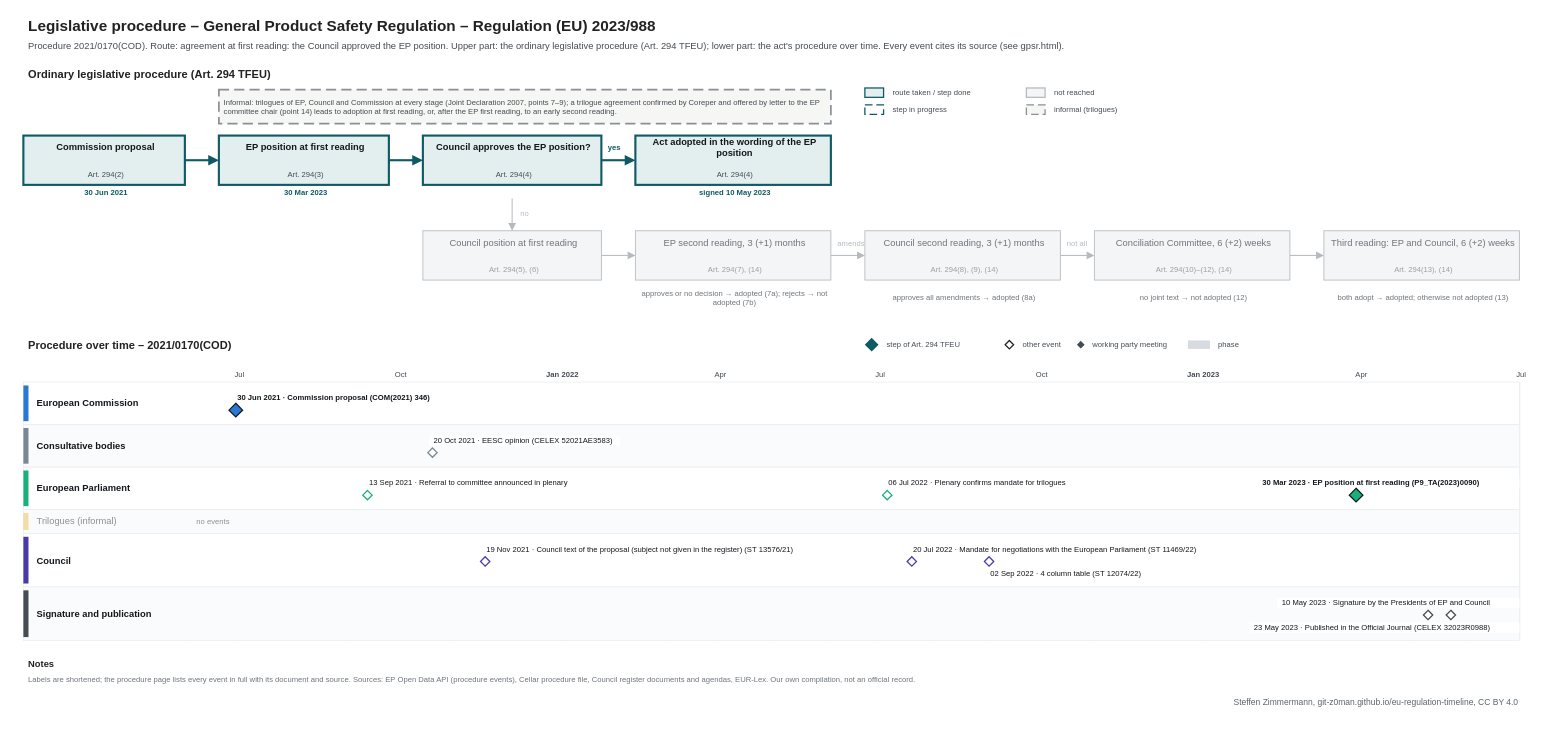
Before: procedures/gpsr.drawio in git-z0man/eu-regulation-timeline, a draw.io diagram. Source tidied: cells renumbered, new cells numbered last; positions are measured from the earlier drawing's top-left corner, leaving out a move shared by most shapes. Both pictures are drawn from the tidied source at 85%, with x=0, y=0 at pixel (14, 14).
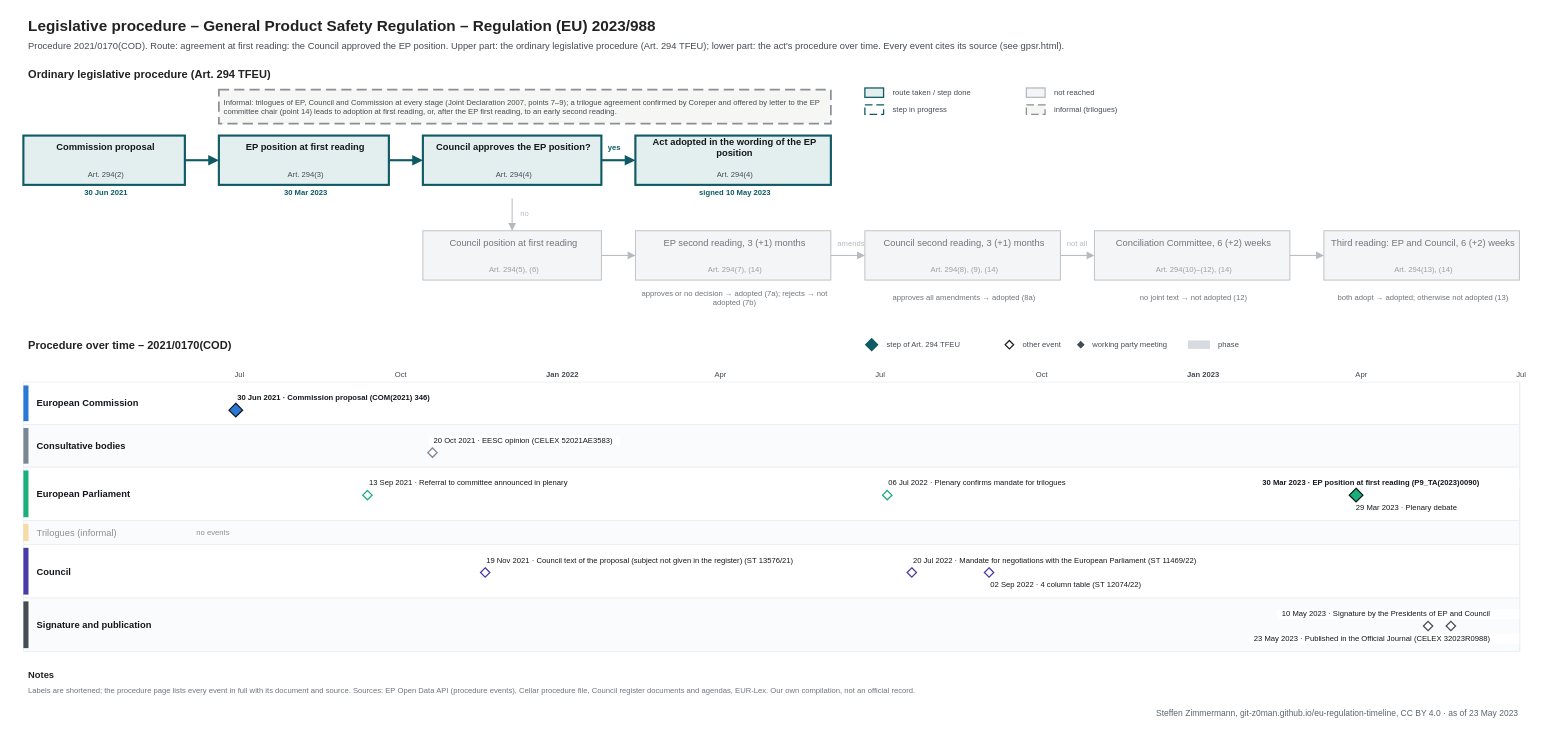
The same page after the edit.

The edit, as a diff of the source:
```diff
@@
     <mxCell id="70" style="line;html=1;strokeWidth=1;strokeColor=#e3e6e9;direction=south;" parent="1" vertex="1">
-      <mxGeometry x="200" y="432" width="1" height="304" as="geometry" />
+      <mxGeometry x="200" y="432" width="1" height="317" as="geometry" />
     </mxCell>
     <mxCell id="71" style="line;html=1;strokeWidth=1;strokeColor=#e3e6e9;direction=south;" parent="1" vertex="1">
-      <mxGeometry x="262" y="432" width="1" height="304" as="geometry" />
+      <mxGeometry x="262" y="432" width="1" height="317" as="geometry" />
     </mxCell>
@@
     <mxCell id="73" style="line;html=1;strokeWidth=1;strokeColor=#e3e6e9;direction=south;" parent="1" vertex="1">
-      <mxGeometry x="326" y="432" width="1" height="304" as="geometry" />
+      <mxGeometry x="326" y="432" width="1" height="317" as="geometry" />
     </mxCell>
     <mxCell id="74" style="line;html=1;strokeWidth=1;strokeColor=#e3e6e9;direction=south;" parent="1" vertex="1">
-      <mxGeometry x="390.1" y="432" width="1" height="304" as="geometry" />
+      <mxGeometry x="390.1" y="432" width="1" height="317" as="geometry" />
     </mxCell>
     <mxCell id="75" style="line;html=1;strokeWidth=1;strokeColor=#e3e6e9;direction=south;" parent="1" vertex="1">
-      <mxGeometry x="452" y="432" width="1" height="304" as="geometry" />
+      <mxGeometry x="452" y="432" width="1" height="317" as="geometry" />
     </mxCell>
@@
     <mxCell id="77" style="line;html=1;strokeWidth=1;strokeColor=#e3e6e9;direction=south;" parent="1" vertex="1">
-      <mxGeometry x="516.1" y="432" width="1" height="304" as="geometry" />
+      <mxGeometry x="516.1" y="432" width="1" height="317" as="geometry" />
     </mxCell>
     <mxCell id="78" style="line;html=1;strokeWidth=1;strokeColor=#e3e6e9;direction=south;" parent="1" vertex="1">
-      <mxGeometry x="578" y="432" width="1" height="304" as="geometry" />
+      <mxGeometry x="578" y="432" width="1" height="317" as="geometry" />
     </mxCell>
     <mxCell id="79" style="line;html=1;strokeWidth=1;strokeColor=#b5bac0;direction=south;" parent="1" vertex="1">
-      <mxGeometry x="642.1" y="432" width="1" height="304" as="geometry" />
+      <mxGeometry x="642.1" y="432" width="1" height="317" as="geometry" />
     </mxCell>
@@
     <mxCell id="81" style="line;html=1;strokeWidth=1;strokeColor=#e3e6e9;direction=south;" parent="1" vertex="1">
-      <mxGeometry x="706.1" y="432" width="1" height="304" as="geometry" />
+      <mxGeometry x="706.1" y="432" width="1" height="317" as="geometry" />
     </mxCell>
     <mxCell id="82" style="line;html=1;strokeWidth=1;strokeColor=#e3e6e9;direction=south;" parent="1" vertex="1">
-      <mxGeometry x="764" y="432" width="1" height="304" as="geometry" />
+      <mxGeometry x="764" y="432" width="1" height="317" as="geometry" />
     </mxCell>
     <mxCell id="83" style="line;html=1;strokeWidth=1;strokeColor=#e3e6e9;direction=south;" parent="1" vertex="1">
-      <mxGeometry x="828" y="432" width="1" height="304" as="geometry" />
+      <mxGeometry x="828" y="432" width="1" height="317" as="geometry" />
     </mxCell>
@@
     <mxCell id="85" style="line;html=1;strokeWidth=1;strokeColor=#e3e6e9;direction=south;" parent="1" vertex="1">
-      <mxGeometry x="890" y="432" width="1" height="304" as="geometry" />
+      <mxGeometry x="890" y="432" width="1" height="317" as="geometry" />
     </mxCell>
     <mxCell id="86" style="line;html=1;strokeWidth=1;strokeColor=#e3e6e9;direction=south;" parent="1" vertex="1">
-      <mxGeometry x="954" y="432" width="1" height="304" as="geometry" />
+      <mxGeometry x="954" y="432" width="1" height="317" as="geometry" />
     </mxCell>
     <mxCell id="87" style="line;html=1;strokeWidth=1;strokeColor=#e3e6e9;direction=south;" parent="1" vertex="1">
-      <mxGeometry x="1016" y="432" width="1" height="304" as="geometry" />
+      <mxGeometry x="1016" y="432" width="1" height="317" as="geometry" />
     </mxCell>
@@
     <mxCell id="89" style="line;html=1;strokeWidth=1;strokeColor=#e3e6e9;direction=south;" parent="1" vertex="1">
-      <mxGeometry x="1080" y="432" width="1" height="304" as="geometry" />
+      <mxGeometry x="1080" y="432" width="1" height="317" as="geometry" />
     </mxCell>
     <mxCell id="90" style="line;html=1;strokeWidth=1;strokeColor=#e3e6e9;direction=south;" parent="1" vertex="1">
-      <mxGeometry x="1144.1" y="432" width="1" height="304" as="geometry" />
+      <mxGeometry x="1144.1" y="432" width="1" height="317" as="geometry" />
     </mxCell>
     <mxCell id="91" style="line;html=1;strokeWidth=1;strokeColor=#e3e6e9;direction=south;" parent="1" vertex="1">
-      <mxGeometry x="1206" y="432" width="1" height="304" as="geometry" />
+      <mxGeometry x="1206" y="432" width="1" height="317" as="geometry" />
     </mxCell>
@@
     <mxCell id="93" style="line;html=1;strokeWidth=1;strokeColor=#e3e6e9;direction=south;" parent="1" vertex="1">
-      <mxGeometry x="1270.1" y="432" width="1" height="304" as="geometry" />
+      <mxGeometry x="1270.1" y="432" width="1" height="317" as="geometry" />
     </mxCell>
     <mxCell id="94" style="line;html=1;strokeWidth=1;strokeColor=#e3e6e9;direction=south;" parent="1" vertex="1">
-      <mxGeometry x="1332.1" y="432" width="1" height="304" as="geometry" />
+      <mxGeometry x="1332.1" y="432" width="1" height="317" as="geometry" />
     </mxCell>
     <mxCell id="95" style="line;html=1;strokeWidth=1;strokeColor=#b5bac0;direction=south;" parent="1" vertex="1">
-      <mxGeometry x="1396.1" y="432" width="1" height="304" as="geometry" />
+      <mxGeometry x="1396.1" y="432" width="1" height="317" as="geometry" />
     </mxCell>
@@
     <mxCell id="97" style="line;html=1;strokeWidth=1;strokeColor=#e3e6e9;direction=south;" parent="1" vertex="1">
-      <mxGeometry x="1460.1" y="432" width="1" height="304" as="geometry" />
+      <mxGeometry x="1460.1" y="432" width="1" height="317" as="geometry" />
     </mxCell>
     <mxCell id="98" style="line;html=1;strokeWidth=1;strokeColor=#e3e6e9;direction=south;" parent="1" vertex="1">
-      <mxGeometry x="1518" y="432" width="1" height="304" as="geometry" />
+      <mxGeometry x="1518" y="432" width="1" height="317" as="geometry" />
     </mxCell>
     <mxCell id="99" style="line;html=1;strokeWidth=1;strokeColor=#e3e6e9;direction=south;" parent="1" vertex="1">
-      <mxGeometry x="1582" y="432" width="1" height="304" as="geometry" />
+      <mxGeometry x="1582" y="432" width="1" height="317" as="geometry" />
     </mxCell>
@@
     <mxCell id="101" style="line;html=1;strokeWidth=1;strokeColor=#e3e6e9;direction=south;" parent="1" vertex="1">
-      <mxGeometry x="1644" y="432" width="1" height="304" as="geometry" />
+      <mxGeometry x="1644" y="432" width="1" height="317" as="geometry" />
     </mxCell>
     <mxCell id="102" style="line;html=1;strokeWidth=1;strokeColor=#e3e6e9;direction=south;" parent="1" vertex="1">
-      <mxGeometry x="1708" y="432" width="1" height="304" as="geometry" />
+      <mxGeometry x="1708" y="432" width="1" height="317" as="geometry" />
     </mxCell>
     <mxCell id="103" style="line;html=1;strokeWidth=1;strokeColor=#e3e6e9;direction=south;" parent="1" vertex="1">
-      <mxGeometry x="1770" y="432" width="1" height="304" as="geometry" />
+      <mxGeometry x="1770" y="432" width="1" height="317" as="geometry" />
     </mxCell>
@@
     <mxCell id="111" style="rounded=0;arcSize=50;fillColor=#ffffff;strokeColor=#eceef0;" parent="1" vertex="1">
-      <mxGeometry x="10" y="532" width="1760" height="50" as="geometry" />
+      <mxGeometry x="10" y="532" width="1760" height="63" as="geometry" />
     </mxCell>
     <mxCell id="112" style="rounded=0;arcSize=50;fillColor=#1baf7a;strokeColor=none;" parent="1" vertex="1">
-      <mxGeometry x="10" y="536" width="6" height="42" as="geometry" />
+      <mxGeometry x="10" y="536" width="6" height="55" as="geometry" />
     </mxCell>
     <mxCell id="113" value="European Parliament" style="text;html=1;fontSize=11;fontColor=#14181c;align=left;verticalAlign=middle;spacingLeft=4;fontStyle=1;whiteSpace=wrap;" parent="1" vertex="1">
-      <mxGeometry x="20" y="532" width="174" height="50" as="geometry" />
+      <mxGeometry x="20" y="532" width="174" height="63" as="geometry" />
     </mxCell>
     <mxCell id="114" style="rounded=0;arcSize=50;fillColor=#fafbfc;strokeColor=#eceef0;" parent="1" vertex="1">
-      <mxGeometry x="10" y="582" width="1760" height="28" as="geometry" />
+      <mxGeometry x="10" y="595" width="1760" height="28" as="geometry" />
     </mxCell>
     <mxCell id="115" style="rounded=0;arcSize=50;fillColor=#eda100;strokeColor=none;opacity=35;" parent="1" vertex="1">
-      <mxGeometry x="10" y="586" width="6" height="20" as="geometry" />
+      <mxGeometry x="10" y="599" width="6" height="20" as="geometry" />
     </mxCell>
     <mxCell id="116" value="Trilogues (informal)" style="text;html=1;fontSize=11;fontColor=#8a9097;align=left;verticalAlign=middle;spacingLeft=4;whiteSpace=wrap;" parent="1" vertex="1">
-      <mxGeometry x="20" y="582" width="174" height="28" as="geometry" />
+      <mxGeometry x="20" y="595" width="174" height="28" as="geometry" />
     </mxCell>
     <mxCell id="117" value="no events" style="text;html=1;fontSize=9;fontColor=#8a9097;align=left;verticalAlign=middle;spacingLeft=4;" parent="1" vertex="1">
-      <mxGeometry x="208" y="582" width="300" height="28" as="geometry" />
+      <mxGeometry x="208" y="595" width="300" height="28" as="geometry" />
     </mxCell>
     <mxCell id="118" style="rounded=0;arcSize=50;fillColor=#ffffff;strokeColor=#eceef0;" parent="1" vertex="1">
-      <mxGeometry x="10" y="610" width="1760" height="63" as="geometry" />
+      <mxGeometry x="10" y="623" width="1760" height="63" as="geometry" />
     </mxCell>
     <mxCell id="119" style="rounded=0;arcSize=50;fillColor=#4a3aa7;strokeColor=none;" parent="1" vertex="1">
-      <mxGeometry x="10" y="614" width="6" height="55" as="geometry" />
+      <mxGeometry x="10" y="627" width="6" height="55" as="geometry" />
     </mxCell>
     <mxCell id="120" value="Council" style="text;html=1;fontSize=11;fontColor=#14181c;align=left;verticalAlign=middle;spacingLeft=4;fontStyle=1;whiteSpace=wrap;" parent="1" vertex="1">
-      <mxGeometry x="20" y="610" width="174" height="63" as="geometry" />
+      <mxGeometry x="20" y="623" width="174" height="63" as="geometry" />
     </mxCell>
     <mxCell id="121" style="rounded=0;arcSize=50;fillColor=#fafbfc;strokeColor=#eceef0;" parent="1" vertex="1">
-      <mxGeometry x="10" y="673" width="1760" height="63" as="geometry" />
+      <mxGeometry x="10" y="686" width="1760" height="63" as="geometry" />
     </mxCell>
     <mxCell id="122" style="rounded=0;arcSize=50;fillColor=#454c53;strokeColor=none;" parent="1" vertex="1">
-      <mxGeometry x="10" y="677" width="6" height="55" as="geometry" />
+      <mxGeometry x="10" y="690" width="6" height="55" as="geometry" />
     </mxCell>
     <mxCell id="123" value="Signature and publication" style="text;html=1;fontSize=11;fontColor=#14181c;align=left;verticalAlign=middle;spacingLeft=4;fontStyle=1;whiteSpace=wrap;" parent="1" vertex="1">
-      <mxGeometry x="20" y="673" width="174" height="63" as="geometry" />
+      <mxGeometry x="20" y="686" width="174" height="63" as="geometry" />
     </mxCell>
@@
-    <mxCell id="131" style="rhombus;fillColor=#ffffff;strokeColor=#1baf7a;strokeWidth=1.5;" parent="1" vertex="1">
-      <mxGeometry x="409.3" y="559.5" width="11" height="11" as="geometry" />
+    <mxCell id="131" value="29 Mar 2023 · Plenary debate" style="text;html=1;fontSize=9;fontColor=#14181c;align=left;verticalAlign=middle;spacingLeft=4;fillColor=#ffffff;" parent="1" vertex="1">
+      <mxGeometry x="1571.8" y="574" width="139.6" height="12" as="geometry" />
     </mxCell>
     <mxCell id="132" style="rhombus;fillColor=#ffffff;strokeColor=#1baf7a;strokeWidth=1.5;" parent="1" vertex="1">
-      <mxGeometry x="1020.8" y="559.5" width="11" height="11" as="geometry" />
+      <mxGeometry x="409.3" y="559.5" width="11" height="11" as="geometry" />
     </mxCell>
-    <mxCell id="133" style="rhombus;fillColor=#1baf7a;strokeColor=#14181c;strokeWidth=1.5;" parent="1" vertex="1">
-      <mxGeometry x="1569.9" y="557" width="16" height="16" as="geometry" />
+    <mxCell id="133" style="rhombus;fillColor=#ffffff;strokeColor=#1baf7a;strokeWidth=1.5;" parent="1" vertex="1">
+      <mxGeometry x="1020.8" y="559.5" width="11" height="11" as="geometry" />
     </mxCell>
-    <mxCell id="134" value="19 Nov 2021 · Council text of the proposal (subject not given in the register) (ST 13576/21)" style="text;html=1;fontSize=9;fontColor=#14181c;align=left;verticalAlign=middle;spacingLeft=4;fillColor=#ffffff;" parent="1" vertex="1">
-      <mxGeometry x="549.2" y="623" width="440.4" height="12" as="geometry" />
+    <mxCell id="134" style="rhombus;fillColor=#ffffff;strokeColor=#1baf7a;strokeWidth=1.5;" parent="1" vertex="1">
+      <mxGeometry x="1570.3" y="559.5" width="11" height="11" as="geometry" />
     </mxCell>
-    <mxCell id="135" value="20 Jul 2022 · Mandate for negotiations with the European Parliament (ST 11469/22)" style="text;html=1;fontSize=9;fontColor=#14181c;align=left;verticalAlign=middle;spacingLeft=4;fillColor=#ffffff;" parent="1" vertex="1">
-      <mxGeometry x="1051.2" y="623" width="388.7" height="12" as="geometry" />
+    <mxCell id="135" style="rhombus;fillColor=#1baf7a;strokeColor=#14181c;strokeWidth=1.5;" parent="1" vertex="1">
+      <mxGeometry x="1569.9" y="557" width="16" height="16" as="geometry" />
     </mxCell>
-    <mxCell id="136" value="02 Sep 2022 · 4 column table (ST 12074/22)" style="text;html=1;fontSize=9;fontColor=#14181c;align=left;verticalAlign=middle;spacingLeft=4;fillColor=#ffffff;" parent="1" vertex="1">
-      <mxGeometry x="1142.1" y="652" width="205.4" height="12" as="geometry" />
+    <mxCell id="136" value="19 Nov 2021 · Council text of the proposal (subject not given in the register) (ST 13576/21)" style="text;html=1;fontSize=9;fontColor=#14181c;align=left;verticalAlign=middle;spacingLeft=4;fillColor=#ffffff;" parent="1" vertex="1">
+      <mxGeometry x="549.2" y="636" width="440.4" height="12" as="geometry" />
     </mxCell>
-    <mxCell id="137" style="rhombus;fillColor=#ffffff;strokeColor=#4a3aa7;strokeWidth=1.5;" parent="1" vertex="1">
-      <mxGeometry x="547.8" y="637.5" width="11" height="11" as="geometry" />
+    <mxCell id="137" value="20 Jul 2022 · Mandate for negotiations with the European Parliament (ST 11469/22)" style="text;html=1;fontSize=9;fontColor=#14181c;align=left;verticalAlign=middle;spacingLeft=4;fillColor=#ffffff;" parent="1" vertex="1">
+      <mxGeometry x="1051.2" y="636" width="388.7" height="12" as="geometry" />
     </mxCell>
-    <mxCell id="138" style="rhombus;fillColor=#ffffff;strokeColor=#4a3aa7;strokeWidth=1.5;" parent="1" vertex="1">
-      <mxGeometry x="1049.7" y="637.5" width="11" height="11" as="geometry" />
+    <mxCell id="138" value="02 Sep 2022 · 4 column table (ST 12074/22)" style="text;html=1;fontSize=9;fontColor=#14181c;align=left;verticalAlign=middle;spacingLeft=4;fillColor=#ffffff;" parent="1" vertex="1">
+      <mxGeometry x="1142.1" y="665" width="205.4" height="12" as="geometry" />
     </mxCell>
     <mxCell id="139" style="rhombus;fillColor=#ffffff;strokeColor=#4a3aa7;strokeWidth=1.5;" parent="1" vertex="1">
-      <mxGeometry x="1140.6" y="637.5" width="11" height="11" as="geometry" />
+      <mxGeometry x="547.8" y="650.5" width="11" height="11" as="geometry" />
     </mxCell>
-    <mxCell id="140" value="10 May 2023 · Signature by the Presidents of EP and Council" style="text;html=1;fontSize=9;fontColor=#14181c;align=left;verticalAlign=middle;spacingLeft=4;fillColor=#ffffff;" parent="1" vertex="1">
-      <mxGeometry x="1484.7" y="686" width="285.3" height="12" as="geometry" />
+    <mxCell id="140" style="rhombus;fillColor=#ffffff;strokeColor=#4a3aa7;strokeWidth=1.5;" parent="1" vertex="1">
+      <mxGeometry x="1049.7" y="650.5" width="11" height="11" as="geometry" />
     </mxCell>
-    <mxCell id="141" value="23 May 2023 · Published in the Official Journal (CELEX 32023R0988)" style="text;html=1;fontSize=9;fontColor=#14181c;align=left;verticalAlign=middle;spacingLeft=4;fillColor=#ffffff;" parent="1" vertex="1">
-      <mxGeometry x="1451.8" y="715" width="318.2" height="12" as="geometry" />
+    <mxCell id="141" style="rhombus;fillColor=#ffffff;strokeColor=#4a3aa7;strokeWidth=1.5;" parent="1" vertex="1">
+      <mxGeometry x="1140.6" y="650.5" width="11" height="11" as="geometry" />
     </mxCell>
-    <mxCell id="142" style="rhombus;fillColor=#ffffff;strokeColor=#454c53;strokeWidth=1.5;" parent="1" vertex="1">
-      <mxGeometry x="1657.1" y="700.5" width="11" height="11" as="geometry" />
+    <mxCell id="142" value="10 May 2023 · Signature by the Presidents of EP and Council" style="text;html=1;fontSize=9;fontColor=#14181c;align=left;verticalAlign=middle;spacingLeft=4;fillColor=#ffffff;" parent="1" vertex="1">
+      <mxGeometry x="1484.7" y="699" width="285.3" height="12" as="geometry" />
     </mxCell>
-    <mxCell id="143" style="rhombus;fillColor=#ffffff;strokeColor=#454c53;strokeWidth=1.5;" parent="1" vertex="1">
-      <mxGeometry x="1683.9" y="700.5" width="11" height="11" as="geometry" />
+    <mxCell id="143" value="23 May 2023 · Published in the Official Journal (CELEX 32023R0988)" style="text;html=1;fontSize=9;fontColor=#14181c;align=left;verticalAlign=middle;spacingLeft=4;fillColor=#ffffff;" parent="1" vertex="1">
+      <mxGeometry x="1451.8" y="728" width="318.2" height="12" as="geometry" />
     </mxCell>
-    <mxCell id="144" value="Notes" style="text;html=1;fontSize=11;fontColor=#222222;align=left;verticalAlign=middle;spacingLeft=4;fontStyle=1;" parent="1" vertex="1">
-      <mxGeometry x="10" y="756" width="200" height="16" as="geometry" />
+    <mxCell id="144" style="rhombus;fillColor=#ffffff;strokeColor=#454c53;strokeWidth=1.5;" parent="1" vertex="1">
+      <mxGeometry x="1657.1" y="713.5" width="11" height="11" as="geometry" />
     </mxCell>
-    <mxCell id="145" value="Labels are shortened; the procedure page lists every event in full with its document and source. Sources: EP Open Data API (procedure events), Cellar procedure file, Council register documents and agendas, EUR-Lex. Our own compilation, not an official record." style="text;html=1;fontSize=9;fontColor=#6f757b;align=left;verticalAlign=middle;spacingLeft=4;" parent="1" vertex="1">
-      <mxGeometry x="10" y="774" width="1760" height="16" as="geometry" />
+    <mxCell id="145" style="rhombus;fillColor=#ffffff;strokeColor=#454c53;strokeWidth=1.5;" parent="1" vertex="1">
+      <mxGeometry x="1683.9" y="713.5" width="11" height="11" as="geometry" />
     </mxCell>
-    <mxCell id="146" value="Steffen Zimmermann, git-z0man.github.io/eu-regulation-timeline, CC BY 4.0" style="text;html=1;fontSize=10;fontColor=#5b646b;align=right;verticalAlign=middle;spacingLeft=4;" parent="1" vertex="1">
-      <mxGeometry x="10" y="800" width="1760" height="16" as="geometry" />
+    <mxCell id="146" value="Notes" style="text;html=1;fontSize=11;fontColor=#222222;align=left;verticalAlign=middle;spacingLeft=4;fontStyle=1;" parent="1" vertex="1">
+      <mxGeometry x="10" y="769" width="200" height="16" as="geometry" />
     </mxCell>
+    <mxCell id="147" value="Labels are shortened; the procedure page lists every event in full with its document and source. Sources: EP Open Data API (procedure events), Cellar procedure file, Council register documents and agendas, EUR-Lex. Our own compilation, not an official record." style="text;html=1;fontSize=9;fontColor=#6f757b;align=left;verticalAlign=middle;spacingLeft=4;" parent="1" vertex="1">
+      <mxGeometry x="10" y="787" width="1760" height="16" as="geometry" />
+    </mxCell>
+    <mxCell id="148" value="Steffen Zimmermann, git-z0man.github.io/eu-regulation-timeline, CC BY 4.0 · as of 23 May 2023" style="text;html=1;fontSize=10;fontColor=#5b646b;align=right;verticalAlign=middle;spacingLeft=4;" parent="1" vertex="1">
+      <mxGeometry x="10" y="813" width="1760" height="16" as="geometry" />
+    </mxCell>
```
